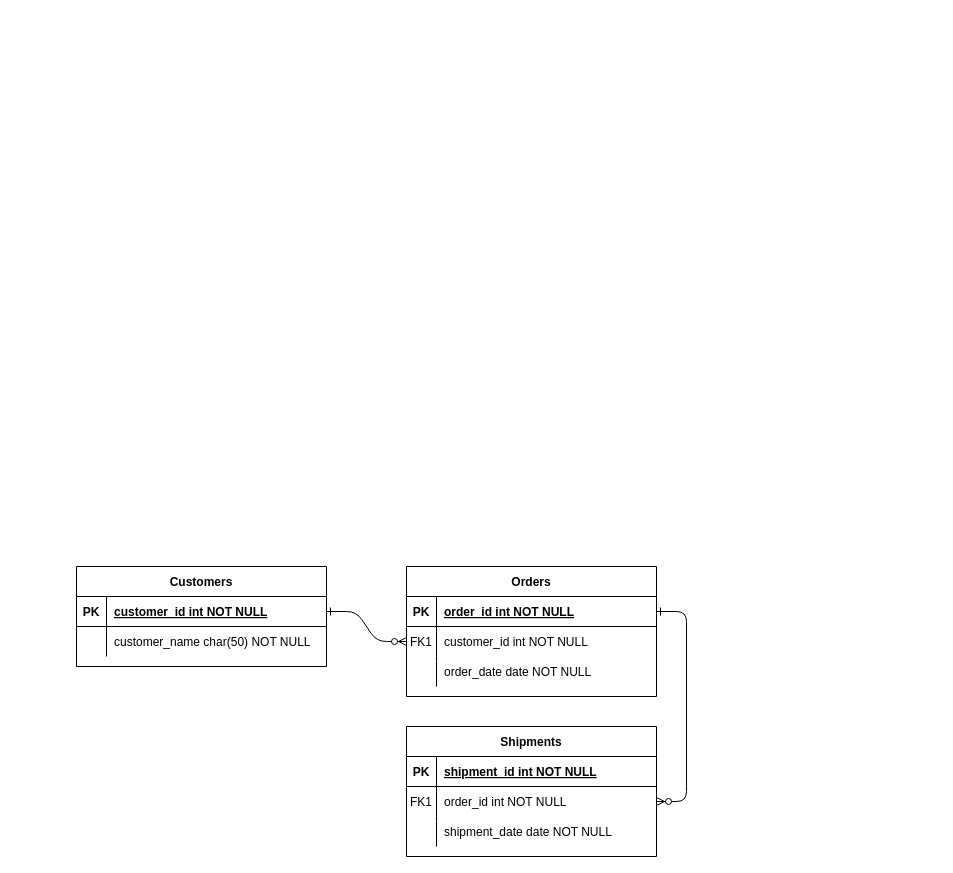
The draw.io diagram Untitled Diagram.drawio in vivianabm/E-mercado, before the edit. Source tidied: cells renumbered, new cells numbered last; positions are measured from the earlier drawing's top-left corner, leaving out a move shared by most shapes. Both pictures are drawn from the tidied source at 100%, with x=0, y=0 at pixel (76, 566).
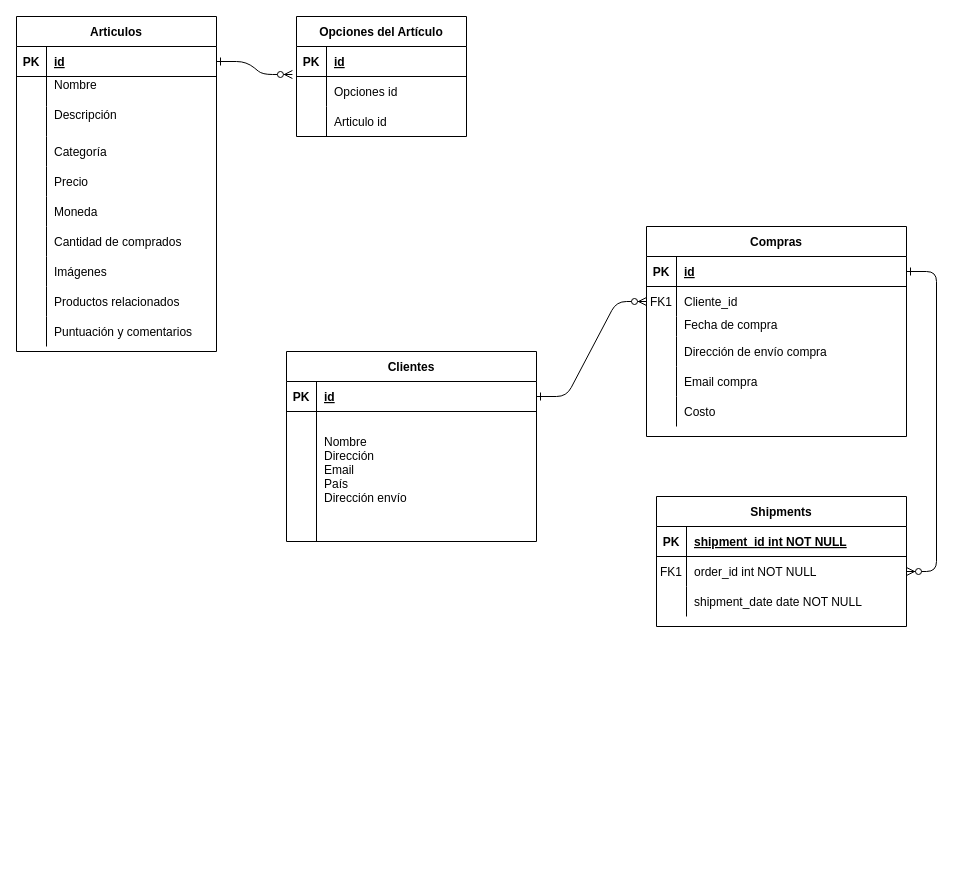
The same diagram, later.

Unchanged cells that the change refers to:
```xml
<mxCell id="25" style="shape=partialRectangle;fillColor=none;points=[[0,0.5],[1,0.5]];portConstraint=eastwest;top=0;left=0;right=0;bottom=1;" parent="24" vertex="1">
  <mxGeometry y="30" width="250" height="30" as="geometry" />
</mxCell>
```

Change to the diagram source:
```diff
@@
-    <mxCell id="4" value="Orders" style="shape=table;startSize=30;childLayout=tableLayout;rowLines=0;fontStyle=1;align=center;" parent="1" vertex="1">
-      <mxGeometry x="330" width="250" height="130" as="geometry" />
+    <mxCell id="4" value="Compras" style="shape=table;startSize=30;childLayout=tableLayout;rowLines=0;fontStyle=1;align=center;" parent="1" vertex="1">
+      <mxGeometry x="570" y="-340" width="260" height="210" as="geometry" />
     </mxCell>
     <mxCell id="5" style="shape=partialRectangle;fillColor=none;points=[[0,0.5],[1,0.5]];portConstraint=eastwest;top=0;left=0;right=0;bottom=1;" parent="4" vertex="1">
-      <mxGeometry y="30" width="250" height="30" as="geometry" />
+      <mxGeometry y="30" width="260" height="30" as="geometry" />
     </mxCell>
@@
-    <mxCell id="7" value="order_id int NOT NULL " style="shape=partialRectangle;overflow=hidden;fillColor=none;top=0;left=0;bottom=0;right=0;align=left;spacingLeft=6;fontStyle=5;" parent="5" vertex="1">
-      <mxGeometry x="30" width="220" height="30" as="geometry" />
+    <mxCell id="7" value="id" style="shape=partialRectangle;overflow=hidden;fillColor=none;top=0;left=0;bottom=0;right=0;align=left;spacingLeft=6;fontStyle=5;" parent="5" vertex="1">
+      <mxGeometry x="30" width="230" height="30" as="geometry" />
     </mxCell>
     <mxCell id="8" style="shape=partialRectangle;fillColor=none;points=[[0,0.5],[1,0.5]];portConstraint=eastwest;top=0;left=0;right=0;bottom=0;" parent="4" vertex="1">
-      <mxGeometry y="60" width="250" height="30" as="geometry" />
+      <mxGeometry y="60" width="260" height="30" as="geometry" />
     </mxCell>
@@
-    <mxCell id="10" value="customer_id int NOT NULL" style="shape=partialRectangle;overflow=hidden;fillColor=none;top=0;left=0;bottom=0;right=0;align=left;spacingLeft=6;" parent="8" vertex="1">
-      <mxGeometry x="30" width="220" height="30" as="geometry" />
+    <mxCell id="10" value="Cliente_id" style="shape=partialRectangle;overflow=hidden;fillColor=none;top=0;left=0;bottom=0;right=0;align=left;spacingLeft=6;" parent="8" vertex="1">
+      <mxGeometry x="30" width="230" height="30" as="geometry" />
     </mxCell>
     <mxCell id="11" style="shape=partialRectangle;fillColor=none;top=0;left=0;right=0;bottom=0;" parent="4" vertex="1">
-      <mxGeometry y="90" width="250" height="30" as="geometry" />
+      <mxGeometry y="90" width="260" height="20" as="geometry" />
     </mxCell>
     <mxCell id="12" style="shape=partialRectangle;overflow=hidden;fillColor=none;top=0;left=0;bottom=0;right=0;" parent="11" vertex="1">
-      <mxGeometry width="30" height="30" as="geometry" />
+      <mxGeometry width="30" height="20" as="geometry" />
     </mxCell>
-    <mxCell id="13" value="order_date date NOT NULL" style="shape=partialRectangle;overflow=hidden;fillColor=none;top=0;left=0;bottom=0;right=0;align=left;spacingLeft=6;" parent="11" vertex="1">
-      <mxGeometry x="30" width="220" height="30" as="geometry" />
+    <mxCell id="13" value="Fecha de compra&#10;&#10;" style="shape=partialRectangle;overflow=hidden;fillColor=none;top=0;left=0;bottom=0;right=0;align=left;spacingLeft=6;" parent="11" vertex="1">
+      <mxGeometry x="30" width="230" height="20" as="geometry" />
     </mxCell>
+    <mxCell id="31" style="shape=partialRectangle;fillColor=none;top=0;left=0;right=0;bottom=0;" parent="4" vertex="1">
+      <mxGeometry y="110" width="260" height="30" as="geometry" />
+    </mxCell>
+    <mxCell id="32" style="shape=partialRectangle;overflow=hidden;fillColor=none;top=0;left=0;bottom=0;right=0;" parent="31" vertex="1">
+      <mxGeometry width="30" height="30" as="geometry" />
+    </mxCell>
+    <mxCell id="33" value="Dirección de envío compra" style="shape=partialRectangle;overflow=hidden;fillColor=none;top=0;left=0;bottom=0;right=0;align=left;spacingLeft=6;" parent="31" vertex="1">
+      <mxGeometry x="30" width="230" height="30" as="geometry" />
+    </mxCell>
+    <mxCell id="34" style="shape=partialRectangle;fillColor=none;top=0;left=0;right=0;bottom=0;" parent="4" vertex="1">
+      <mxGeometry y="140" width="260" height="30" as="geometry" />
+    </mxCell>
+    <mxCell id="35" style="shape=partialRectangle;overflow=hidden;fillColor=none;top=0;left=0;bottom=0;right=0;" parent="34" vertex="1">
+      <mxGeometry width="30" height="30" as="geometry" />
+    </mxCell>
+    <mxCell id="36" value="Email compra" style="shape=partialRectangle;overflow=hidden;fillColor=none;top=0;left=0;bottom=0;right=0;align=left;spacingLeft=6;" parent="34" vertex="1">
+      <mxGeometry x="30" width="230" height="30" as="geometry" />
+    </mxCell>
+    <mxCell id="37" style="shape=partialRectangle;fillColor=none;top=0;left=0;right=0;bottom=0;" parent="4" vertex="1">
+      <mxGeometry y="170" width="260" height="30" as="geometry" />
+    </mxCell>
+    <mxCell id="38" style="shape=partialRectangle;overflow=hidden;fillColor=none;top=0;left=0;bottom=0;right=0;" parent="37" vertex="1">
+      <mxGeometry width="30" height="30" as="geometry" />
+    </mxCell>
+    <mxCell id="39" value="Costo" style="shape=partialRectangle;overflow=hidden;fillColor=none;top=0;left=0;bottom=0;right=0;align=left;spacingLeft=6;" parent="37" vertex="1">
+      <mxGeometry x="30" width="230" height="30" as="geometry" />
+    </mxCell>
     <mxCell id="14" value="Shipments" style="shape=table;startSize=30;childLayout=tableLayout;rowLines=0;fontStyle=1;align=center;" parent="1" vertex="1">
-      <mxGeometry x="330" y="160" width="250" height="130" as="geometry" />
+      <mxGeometry x="580" y="-70" width="250" height="130" as="geometry" />
     </mxCell>
@@
-    <mxCell id="24" value="Customers" style="shape=table;startSize=30;childLayout=tableLayout;rowLines=0;fontStyle=1;align=center;" parent="1" vertex="1">
-      <mxGeometry width="250" height="100" as="geometry" />
+    <mxCell id="24" value="Clientes" style="shape=table;startSize=30;childLayout=tableLayout;rowLines=0;fontStyle=1;align=center;" parent="1" vertex="1">
+      <mxGeometry x="210" y="-215" width="250" height="190" as="geometry" />
     </mxCell>
@@
-    <mxCell id="27" value="customer_id int NOT NULL " style="shape=partialRectangle;overflow=hidden;fillColor=none;top=0;left=0;bottom=0;right=0;align=left;spacingLeft=6;fontStyle=5;" parent="25" vertex="1">
+    <mxCell id="27" value="id" style="shape=partialRectangle;overflow=hidden;fillColor=none;top=0;left=0;bottom=0;right=0;align=left;spacingLeft=6;fontStyle=5;" parent="25" vertex="1">
       <mxGeometry x="30" width="220" height="30" as="geometry" />
     </mxCell>
     <mxCell id="28" style="shape=partialRectangle;fillColor=none;top=0;left=0;right=0;bottom=0;" parent="24" vertex="1">
-      <mxGeometry y="60" width="250" height="30" as="geometry" />
+      <mxGeometry y="60" width="250" height="130" as="geometry" />
     </mxCell>
     <mxCell id="29" style="shape=partialRectangle;overflow=hidden;fillColor=none;top=0;left=0;bottom=0;right=0;" parent="28" vertex="1">
-      <mxGeometry width="30" height="30" as="geometry" />
+      <mxGeometry width="30" height="130" as="geometry" />
     </mxCell>
-    <mxCell id="30" value="customer_name char(50) NOT NULL" style="shape=partialRectangle;overflow=hidden;fillColor=none;top=0;left=0;bottom=0;right=0;align=left;spacingLeft=6;" parent="28" vertex="1">
-      <mxGeometry x="30" width="220" height="30" as="geometry" />
+    <mxCell id="30" value="Nombre &#10;Dirección &#10;Email &#10;País&#10;Dirección envío&#10;" style="shape=partialRectangle;overflow=hidden;fillColor=none;top=0;left=0;bottom=0;right=0;align=left;spacingLeft=6;" parent="28" vertex="1">
+      <mxGeometry x="30" width="220" height="130" as="geometry" />
     </mxCell>
+    <mxCell id="40" value="Articulos" style="shape=table;startSize=30;childLayout=tableLayout;rowLines=0;fontStyle=1;align=center;" parent="1" vertex="1">
+      <mxGeometry x="-60" y="-550" width="200" height="335" as="geometry" />
+    </mxCell>
+    <mxCell id="41" style="shape=partialRectangle;fillColor=none;top=0;left=0;bottom=1;right=0;points=[[0,0.5],[1,0.5]];portConstraint=eastwest;" parent="40" vertex="1">
+      <mxGeometry y="30" width="200" height="30" as="geometry" />
+    </mxCell>
+    <mxCell id="42" value="PK" style="shape=partialRectangle;fillColor=none;top=0;left=0;bottom=0;right=0;fontStyle=1;overflow=hidden;" parent="41" vertex="1">
+      <mxGeometry width="30" height="30" as="geometry" />
+    </mxCell>
+    <mxCell id="43" value="id" style="shape=partialRectangle;fillColor=none;top=0;left=0;bottom=0;right=0;align=left;spacingLeft=6;fontStyle=5;overflow=hidden;" parent="41" vertex="1">
+      <mxGeometry x="30" width="170" height="30" as="geometry" />
+    </mxCell>
+    <mxCell id="44" style="shape=partialRectangle;fillColor=none;top=0;left=0;bottom=0;right=0;" parent="40" vertex="1">
+      <mxGeometry y="60" width="200" height="30" as="geometry" />
+    </mxCell>
+    <mxCell id="45" style="shape=partialRectangle;fillColor=none;top=0;left=0;bottom=0;right=0;overflow=hidden;" parent="44" vertex="1">
+      <mxGeometry width="30" height="30" as="geometry" />
+    </mxCell>
+    <mxCell id="46" value="Nombre&#10;" style="shape=partialRectangle;fillColor=none;top=0;left=0;bottom=0;right=0;align=left;spacingLeft=6;overflow=hidden;" parent="44" vertex="1">
+      <mxGeometry x="30" width="170" height="30" as="geometry" />
+    </mxCell>
+    <mxCell id="47" style="shape=partialRectangle;fillColor=none;top=0;left=0;bottom=0;right=0;" parent="40" vertex="1">
+      <mxGeometry y="90" width="200" height="30" as="geometry" />
+    </mxCell>
+    <mxCell id="48" style="shape=partialRectangle;fillColor=none;top=0;left=0;bottom=0;right=0;overflow=hidden;" parent="47" vertex="1">
+      <mxGeometry width="30" height="30" as="geometry" />
+    </mxCell>
+    <mxCell id="49" value="Descripción&#10;" style="shape=partialRectangle;fillColor=none;top=0;left=0;bottom=0;right=0;align=left;spacingLeft=6;overflow=hidden;" parent="47" vertex="1">
+      <mxGeometry x="30" width="170" height="30" as="geometry" />
+    </mxCell>
+    <mxCell id="50" style="shape=partialRectangle;fillColor=none;top=0;left=0;bottom=0;right=0;" parent="40" vertex="1">
+      <mxGeometry y="120" width="200" height="30" as="geometry" />
+    </mxCell>
+    <mxCell id="51" style="shape=partialRectangle;fillColor=none;top=0;left=0;bottom=0;right=0;overflow=hidden;" parent="50" vertex="1">
+      <mxGeometry width="30" height="30" as="geometry" />
+    </mxCell>
+    <mxCell id="52" value="Categoría" style="shape=partialRectangle;fillColor=none;top=0;left=0;bottom=0;right=0;align=left;spacingLeft=6;overflow=hidden;" parent="50" vertex="1">
+      <mxGeometry x="30" width="170" height="30" as="geometry" />
+    </mxCell>
+    <mxCell id="53" style="shape=partialRectangle;fillColor=none;top=0;left=0;bottom=0;right=0;" parent="40" vertex="1">
+      <mxGeometry y="150" width="200" height="30" as="geometry" />
+    </mxCell>
+    <mxCell id="54" style="shape=partialRectangle;fillColor=none;top=0;left=0;bottom=0;right=0;overflow=hidden;" parent="53" vertex="1">
+      <mxGeometry width="30" height="30" as="geometry" />
+    </mxCell>
+    <mxCell id="55" value="Precio" style="shape=partialRectangle;fillColor=none;top=0;left=0;bottom=0;right=0;align=left;spacingLeft=6;overflow=hidden;" parent="53" vertex="1">
+      <mxGeometry x="30" width="170" height="30" as="geometry" />
+    </mxCell>
+    <mxCell id="56" style="shape=partialRectangle;fillColor=none;top=0;left=0;bottom=0;right=0;" parent="40" vertex="1">
+      <mxGeometry y="180" width="200" height="30" as="geometry" />
+    </mxCell>
+    <mxCell id="57" style="shape=partialRectangle;fillColor=none;top=0;left=0;bottom=0;right=0;overflow=hidden;" parent="56" vertex="1">
+      <mxGeometry width="30" height="30" as="geometry" />
+    </mxCell>
+    <mxCell id="58" value="Moneda" style="shape=partialRectangle;fillColor=none;top=0;left=0;bottom=0;right=0;align=left;spacingLeft=6;overflow=hidden;" parent="56" vertex="1">
+      <mxGeometry x="30" width="170" height="30" as="geometry" />
+    </mxCell>
+    <mxCell id="59" style="shape=partialRectangle;fillColor=none;top=0;left=0;bottom=0;right=0;" parent="40" vertex="1">
+      <mxGeometry y="210" width="200" height="30" as="geometry" />
+    </mxCell>
+    <mxCell id="60" style="shape=partialRectangle;fillColor=none;top=0;left=0;bottom=0;right=0;overflow=hidden;" parent="59" vertex="1">
+      <mxGeometry width="30" height="30" as="geometry" />
+    </mxCell>
+    <mxCell id="61" value="Cantidad de comprados" style="shape=partialRectangle;fillColor=none;top=0;left=0;bottom=0;right=0;align=left;spacingLeft=6;overflow=hidden;" parent="59" vertex="1">
+      <mxGeometry x="30" width="170" height="30" as="geometry" />
+    </mxCell>
+    <mxCell id="62" style="shape=partialRectangle;fillColor=none;top=0;left=0;bottom=0;right=0;" parent="40" vertex="1">
+      <mxGeometry y="240" width="200" height="30" as="geometry" />
+    </mxCell>
+    <mxCell id="63" style="shape=partialRectangle;fillColor=none;top=0;left=0;bottom=0;right=0;overflow=hidden;" parent="62" vertex="1">
+      <mxGeometry width="30" height="30" as="geometry" />
+    </mxCell>
+    <mxCell id="64" value="Imágenes" style="shape=partialRectangle;fillColor=none;top=0;left=0;bottom=0;right=0;align=left;spacingLeft=6;overflow=hidden;" parent="62" vertex="1">
+      <mxGeometry x="30" width="170" height="30" as="geometry" />
+    </mxCell>
+    <mxCell id="65" style="shape=partialRectangle;fillColor=none;top=0;left=0;bottom=0;right=0;" parent="40" vertex="1">
+      <mxGeometry y="270" width="200" height="30" as="geometry" />
+    </mxCell>
+    <mxCell id="66" style="shape=partialRectangle;fillColor=none;top=0;left=0;bottom=0;right=0;overflow=hidden;" parent="65" vertex="1">
+      <mxGeometry width="30" height="30" as="geometry" />
+    </mxCell>
+    <mxCell id="67" value="Productos relacionados" style="shape=partialRectangle;fillColor=none;top=0;left=0;bottom=0;right=0;align=left;spacingLeft=6;overflow=hidden;" parent="65" vertex="1">
+      <mxGeometry x="30" width="170" height="30" as="geometry" />
+    </mxCell>
+    <mxCell id="68" style="shape=partialRectangle;fillColor=none;top=0;left=0;bottom=0;right=0;" parent="40" vertex="1">
+      <mxGeometry y="300" width="200" height="30" as="geometry" />
+    </mxCell>
+    <mxCell id="69" style="shape=partialRectangle;fillColor=none;top=0;left=0;bottom=0;right=0;overflow=hidden;" parent="68" vertex="1">
+      <mxGeometry width="30" height="30" as="geometry" />
+    </mxCell>
+    <mxCell id="70" value="Puntuación y comentarios" style="shape=partialRectangle;fillColor=none;top=0;left=0;bottom=0;right=0;align=left;spacingLeft=6;overflow=hidden;" parent="68" vertex="1">
+      <mxGeometry x="30" width="170" height="30" as="geometry" />
+    </mxCell>
+    <mxCell id="71" style="edgeStyle=entityRelationEdgeStyle;endArrow=ERzeroToMany;startArrow=ERone;endFill=1;startFill=0;exitX=1;exitY=0.5;exitDx=0;exitDy=0;entryX=-0.024;entryY=0.933;entryDx=0;entryDy=0;entryPerimeter=0;" parent="1" edge="1" source="41" target="73">
+      <mxGeometry relative="1" as="geometry" />
+    </mxCell>
+    <mxCell id="72" value="Opciones del Artículo" style="shape=table;startSize=30;childLayout=tableLayout;rowLines=0;fontStyle=1;align=center;" parent="1" vertex="1">
+      <mxGeometry x="220" y="-550" width="170" height="120" as="geometry" />
+    </mxCell>
+    <mxCell id="73" style="shape=partialRectangle;fillColor=none;top=0;left=0;bottom=1;right=0;points=[[0,0.5],[1,0.5]];portConstraint=eastwest;" parent="72" vertex="1">
+      <mxGeometry y="30" width="170" height="30" as="geometry" />
+    </mxCell>
+    <mxCell id="74" value="PK" style="shape=partialRectangle;fillColor=none;top=0;left=0;bottom=0;right=0;fontStyle=1;overflow=hidden;" parent="73" vertex="1">
+      <mxGeometry width="30" height="30" as="geometry" />
+    </mxCell>
+    <mxCell id="75" value="id" style="shape=partialRectangle;fillColor=none;top=0;left=0;bottom=0;right=0;align=left;spacingLeft=6;fontStyle=5;overflow=hidden;" parent="73" vertex="1">
+      <mxGeometry x="30" width="140" height="30" as="geometry" />
+    </mxCell>
+    <mxCell id="76" style="shape=partialRectangle;fillColor=none;top=0;left=0;bottom=0;right=0;" parent="72" vertex="1">
+      <mxGeometry y="60" width="170" height="30" as="geometry" />
+    </mxCell>
+    <mxCell id="77" style="shape=partialRectangle;fillColor=none;top=0;left=0;bottom=0;right=0;overflow=hidden;" parent="76" vertex="1">
+      <mxGeometry width="30" height="30" as="geometry" />
+    </mxCell>
+    <mxCell id="78" value="Opciones id" style="shape=partialRectangle;fillColor=none;top=0;left=0;bottom=0;right=0;align=left;spacingLeft=6;overflow=hidden;" parent="76" vertex="1">
+      <mxGeometry x="30" width="140" height="30" as="geometry" />
+    </mxCell>
+    <mxCell id="79" style="shape=partialRectangle;fillColor=none;top=0;left=0;bottom=0;right=0;" parent="72" vertex="1">
+      <mxGeometry y="90" width="170" height="30" as="geometry" />
+    </mxCell>
+    <mxCell id="80" style="shape=partialRectangle;fillColor=none;top=0;left=0;bottom=0;right=0;overflow=hidden;" parent="79" vertex="1">
+      <mxGeometry width="30" height="30" as="geometry" />
+    </mxCell>
+    <mxCell id="81" value="Articulo id" style="shape=partialRectangle;fillColor=none;top=0;left=0;bottom=0;right=0;align=left;spacingLeft=6;overflow=hidden;" parent="79" vertex="1">
+      <mxGeometry x="30" width="140" height="30" as="geometry" />
+    </mxCell>
```
